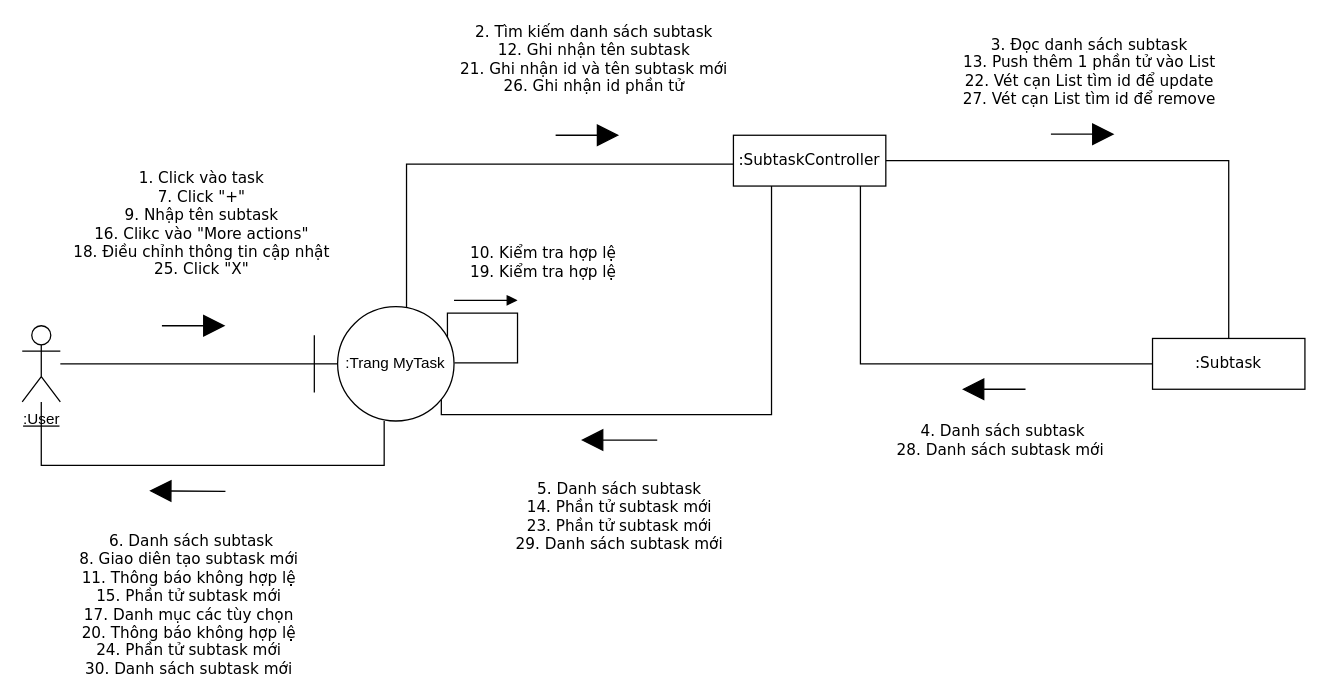
Merevoli-DatLuu/To-Do-App keeps this draw.io diagram as ToDoApp-Doc/Document/Diagram/Collaboration Diagram/ManageSubtask/ManageSubtask.drawio. Above is the earlier version. Source tidied: cells renumbered, new cells numbered last; positions are measured from the earlier drawing's top-left corner, leaving out a move shared by most shapes. Both pictures are drawn from the tidied source at 127%, with x=0, y=0 at pixel (22, 133).
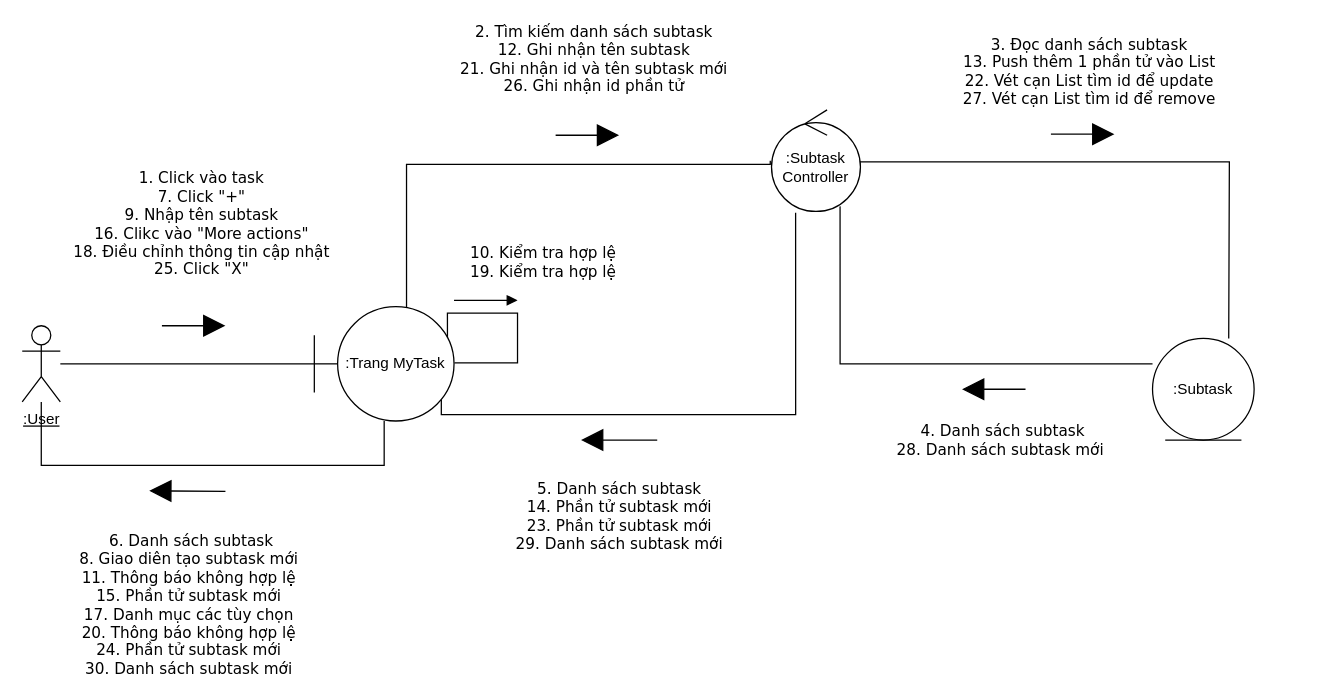
After the change.

Commit message:
[Document, Modified]: ManageSubtask.drawio CollaborationDiagram

The change refers to these unchanged cells:
```xml
<mxCell id="9" value="&lt;span&gt;:Trang MyTask&lt;/span&gt;" style="shape=umlBoundary;whiteSpace=wrap;html=1;fontSize=12;" parent="1" vertex="1">
  <mxGeometry x="230" y="136" width="110" height="90" as="geometry" />
</mxCell>
```

Change to the diagram source:
```diff
@@
-    <mxCell id="4" style="edgeStyle=orthogonalEdgeStyle;rounded=0;jettySize=auto;html=1;endArrow=none;endFill=0;fontSize=12;" parent="1" edge="1" source="6" target="11">
-      <mxGeometry relative="1" as="geometry" />
+    <mxCell id="4" style="edgeStyle=orthogonalEdgeStyle;rounded=0;jettySize=auto;html=1;endArrow=none;endFill=0;fontSize=12;exitX=0.986;exitY=0.513;exitDx=0;exitDy=0;exitPerimeter=0;" parent="1" edge="1" source="22">
+      <mxGeometry relative="1" as="geometry">
+        <mxPoint x="950" y="161" as="targetPoint" />
+      </mxGeometry>
     </mxCell>
-    <mxCell id="5" style="edgeStyle=orthogonalEdgeStyle;rounded=0;jettySize=auto;html=1;entryX=0.882;entryY=0.836;entryDx=0;entryDy=0;endArrow=none;endFill=0;fontSize=12;entryPerimeter=0;" parent="1" edge="1" source="6" target="9">
+    <mxCell id="5" style="edgeStyle=orthogonalEdgeStyle;rounded=0;jettySize=auto;html=1;entryX=0.882;entryY=0.836;entryDx=0;entryDy=0;endArrow=none;endFill=0;fontSize=12;entryPerimeter=0;exitX=0.271;exitY=1.013;exitDx=0;exitDy=0;exitPerimeter=0;" parent="1" edge="1" source="22" target="9">
       <mxGeometry relative="1" as="geometry">
         <Array as="points">
-          <mxPoint x="590" y="221" />
+          <mxPoint x="609" y="221" />
           <mxPoint x="330" y="221" />
           <mxPoint x="330" y="204" />
           <mxPoint x="327" y="204" />
         </Array>
       </mxGeometry>
     </mxCell>
-    <mxCell id="6" value="&lt;span style=&quot;font-family: &amp;#34;verdana&amp;#34;&quot;&gt;:SubtaskController&lt;/span&gt;" style="rounded=0;whiteSpace=wrap;html=1;fontSize=12;" parent="1" vertex="1">
-      <mxGeometry x="560" y="1" width="120" height="40" as="geometry" />
-    </mxCell>
-    <mxCell id="7" style="edgeStyle=orthogonalEdgeStyle;rounded=0;jettySize=auto;html=1;entryX=0.001;entryY=0.568;entryDx=0;entryDy=0;entryPerimeter=0;endArrow=none;endFill=0;fontSize=12;exitX=0.66;exitY=0.022;exitDx=0;exitDy=0;exitPerimeter=0;" parent="1" edge="1" source="9" target="6">
+    <mxCell id="7" style="edgeStyle=orthogonalEdgeStyle;rounded=0;jettySize=auto;html=1;entryX=-0.014;entryY=0.5;entryDx=0;entryDy=0;entryPerimeter=0;endArrow=none;endFill=0;fontSize=12;exitX=0.66;exitY=0.022;exitDx=0;exitDy=0;exitPerimeter=0;" parent="1" edge="1" source="9" target="22">
       <mxGeometry relative="1" as="geometry">
         <Array as="points">
           <mxPoint x="303" y="24" />
+          <mxPoint x="589" y="24" />
         </Array>
       </mxGeometry>
     </mxCell>
@@
-    <mxCell id="10" style="edgeStyle=orthogonalEdgeStyle;rounded=0;jettySize=auto;html=1;endArrow=none;endFill=0;fontSize=12;" parent="1" edge="1" source="11">
+    <mxCell id="10" style="edgeStyle=orthogonalEdgeStyle;rounded=0;jettySize=auto;html=1;endArrow=none;endFill=0;fontSize=12;entryX=0.771;entryY=0.95;entryDx=0;entryDy=0;entryPerimeter=0;" parent="1" edge="1" target="22">
       <mxGeometry relative="1" as="geometry">
-        <mxPoint x="660" y="51" as="targetPoint" />
+        <mxPoint x="890" y="181" as="sourcePoint" />
         <Array as="points">
-          <mxPoint x="660" y="181" />
-          <mxPoint x="660" y="41" />
+          <mxPoint x="644" y="181" />
         </Array>
       </mxGeometry>
     </mxCell>
-    <mxCell id="11" value="&lt;span style=&quot;font-family: &amp;#34;verdana&amp;#34;&quot;&gt;:Subtask&lt;/span&gt;" style="rounded=0;whiteSpace=wrap;html=1;fontSize=12;" parent="1" vertex="1">
-      <mxGeometry x="890" y="161" width="120" height="40" as="geometry" />
-    </mxCell>
@@
+    <mxCell id="22" value="&lt;div&gt;:Subtask&lt;/div&gt;&lt;div&gt;Controller&lt;br&gt;&lt;/div&gt;" style="ellipse;shape=umlControl;whiteSpace=wrap;html=1;" parent="1" vertex="1">
+      <mxGeometry x="590" y="-19" width="70" height="80" as="geometry" />
+    </mxCell>
+    <mxCell id="11" value=":Subtask" style="ellipse;shape=umlEntity;whiteSpace=wrap;html=1;" parent="1" vertex="1">
+      <mxGeometry x="890" y="161" width="80" height="80" as="geometry" />
+    </mxCell>
```
